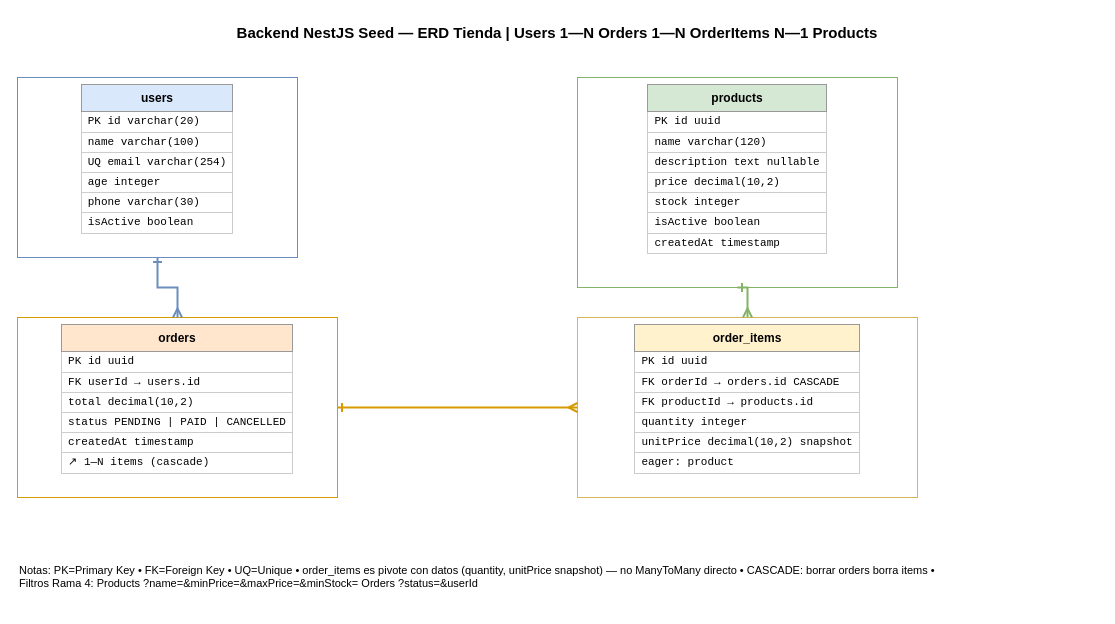
Earlier version of the draw.io diagram docs/diagrama-bd.drawio (cdtello/backend-nestjs-seed). Source tidied: cells renumbered, new cells numbered last; positions are measured from the earlier drawing's top-left corner, leaving out a move shared by most shapes. Both pictures are drawn from the tidied source at 100%, with x=0, y=0 at pixel (17, 17).
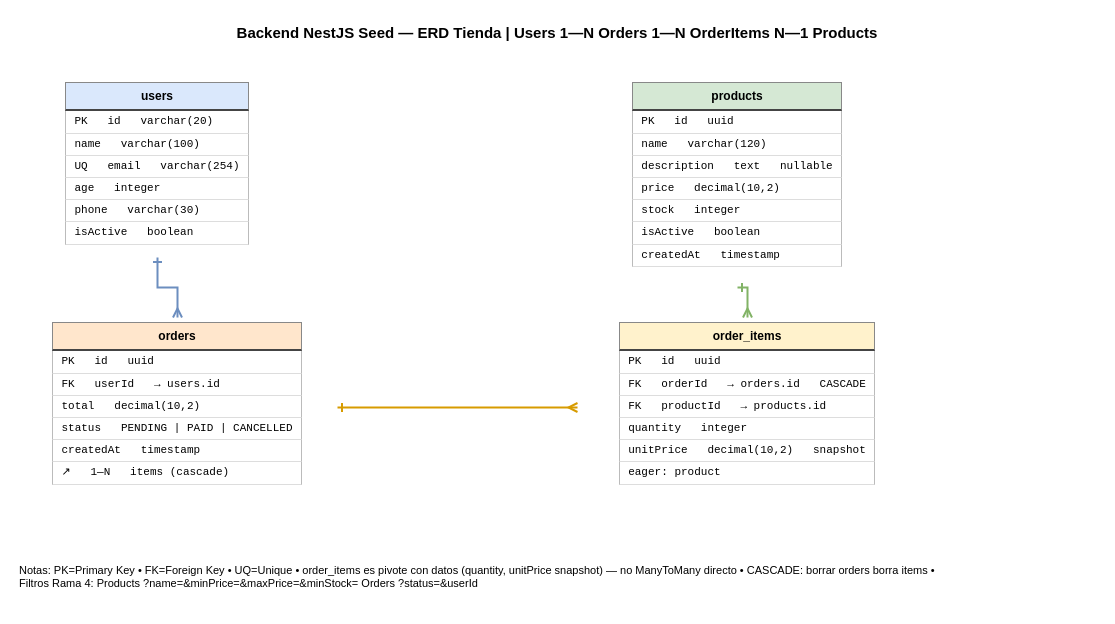
After the change.

Commit message:
fix(diagrama): divs con header coloreado y filas con borde (simula tabla) - sin shape=table, ya no se montan letras

Change to the diagram source:
```diff
@@
 <mxGraphModel>
   <root>
     <mxCell id="0" />
     <mxCell id="1" parent="0" />
     <mxCell id="2" value="Backend NestJS Seed — ERD Tienda  |  Users 1—N Orders 1—N OrderItems N—1 Products" style="text;html=1;strokeColor=none;fillColor=none;align=center;verticalAlign=middle;whiteSpace=wrap;rounded=0;fontSize=15;fontStyle=1;" parent="1" vertex="1">
       <mxGeometry width="1080" height="30" as="geometry" />
     </mxCell>
-    <mxCell id="3" value="&lt;table style=&quot;width:100%;border-collapse:collapse;font-family:Helvetica;&quot;&gt;&lt;tr&gt;&lt;th style=&quot;background:#dae8fc;padding:6px;border:1px solid #999999;font-size:12px;&quot;&gt;users&lt;/th&gt;&lt;/tr&gt;&lt;tr&gt;&lt;td style=&quot;border:1px solid #cccccc;padding:3px 6px;text-align:left;font-family:monospace;font-size:11px;background:#ffffff;&quot;&gt;PK  id  varchar(20)&lt;/td&gt;&lt;/tr&gt;&lt;tr&gt;&lt;td style=&quot;border:1px solid #cccccc;padding:3px 6px;text-align:left;font-family:monospace;font-size:11px;background:#ffffff;&quot;&gt;name  varchar(100)&lt;/td&gt;&lt;/tr&gt;&lt;tr&gt;&lt;td style=&quot;border:1px solid #cccccc;padding:3px 6px;text-align:left;font-family:monospace;font-size:11px;background:#ffffff;&quot;&gt;UQ  email  varchar(254)&lt;/td&gt;&lt;/tr&gt;&lt;tr&gt;&lt;td style=&quot;border:1px solid #cccccc;padding:3px 6px;text-align:left;font-family:monospace;font-size:11px;background:#ffffff;&quot;&gt;age  integer&lt;/td&gt;&lt;/tr&gt;&lt;tr&gt;&lt;td style=&quot;border:1px solid #cccccc;padding:3px 6px;text-align:left;font-family:monospace;font-size:11px;background:#ffffff;&quot;&gt;phone  varchar(30)&lt;/td&gt;&lt;/tr&gt;&lt;tr&gt;&lt;td style=&quot;border:1px solid #cccccc;padding:3px 6px;text-align:left;font-family:monospace;font-size:11px;background:#ffffff;&quot;&gt;isActive  boolean&lt;/td&gt;&lt;/tr&gt;&lt;/table&gt;" style="rounded=0;whiteSpace=wrap;html=1;strokeColor=#6c8ebf;fillColor=#ffffff;verticalAlign=top;" parent="1" vertex="1">
+    <mxCell id="3" value="&lt;div style=&quot;background:#dae8fc;padding:6px 0px;text-align:center;font-weight:bold;font-size:12px;border:1px solid #888888;border-bottom:2px solid #444444;&quot;&gt;users&lt;/div&gt;&lt;div style=&quot;border-left:1px solid #bbbbbb;border-right:1px solid #bbbbbb;border-bottom:1px solid #dddddd;padding:4px 8px;text-align:left;font-family:monospace;font-size:11px;background:#ffffff;&quot;&gt;PK &amp;nbsp; id &amp;nbsp; varchar(20)&lt;/div&gt;&lt;div style=&quot;border-left:1px solid #bbbbbb;border-right:1px solid #bbbbbb;border-bottom:1px solid #dddddd;padding:4px 8px;text-align:left;font-family:monospace;font-size:11px;background:#ffffff;&quot;&gt;name &amp;nbsp; varchar(100)&lt;/div&gt;&lt;div style=&quot;border-left:1px solid #bbbbbb;border-right:1px solid #bbbbbb;border-bottom:1px solid #dddddd;padding:4px 8px;text-align:left;font-family:monospace;font-size:11px;background:#ffffff;&quot;&gt;UQ &amp;nbsp; email &amp;nbsp; varchar(254)&lt;/div&gt;&lt;div style=&quot;border-left:1px solid #bbbbbb;border-right:1px solid #bbbbbb;border-bottom:1px solid #dddddd;padding:4px 8px;text-align:left;font-family:monospace;font-size:11px;background:#ffffff;&quot;&gt;age &amp;nbsp; integer&lt;/div&gt;&lt;div style=&quot;border-left:1px solid #bbbbbb;border-right:1px solid #bbbbbb;border-bottom:1px solid #dddddd;padding:4px 8px;text-align:left;font-family:monospace;font-size:11px;background:#ffffff;&quot;&gt;phone &amp;nbsp; varchar(30)&lt;/div&gt;&lt;div style=&quot;border-left:1px solid #bbbbbb;border-right:1px solid #bbbbbb;border-bottom:1px solid #dddddd;padding:4px 8px;text-align:left;font-family:monospace;font-size:11px;background:#ffffff;&quot;&gt;isActive &amp;nbsp; boolean&lt;/div&gt;" style="rounded=0;whiteSpace=wrap;html=1;strokeColor=none;fillColor=none;verticalAlign=top;spacing=0;" parent="1" vertex="1">
       <mxGeometry y="60" width="280" height="180" as="geometry" />
     </mxCell>
-    <mxCell id="4" value="&lt;table style=&quot;width:100%;border-collapse:collapse;font-family:Helvetica;&quot;&gt;&lt;tr&gt;&lt;th style=&quot;background:#d5e8d4;padding:6px;border:1px solid #999999;font-size:12px;&quot;&gt;products&lt;/th&gt;&lt;/tr&gt;&lt;tr&gt;&lt;td style=&quot;border:1px solid #cccccc;padding:3px 6px;text-align:left;font-family:monospace;font-size:11px;background:#ffffff;&quot;&gt;PK  id  uuid&lt;/td&gt;&lt;/tr&gt;&lt;tr&gt;&lt;td style=&quot;border:1px solid #cccccc;padding:3px 6px;text-align:left;font-family:monospace;font-size:11px;background:#ffffff;&quot;&gt;name  varchar(120)&lt;/td&gt;&lt;/tr&gt;&lt;tr&gt;&lt;td style=&quot;border:1px solid #cccccc;padding:3px 6px;text-align:left;font-family:monospace;font-size:11px;background:#ffffff;&quot;&gt;description  text  nullable&lt;/td&gt;&lt;/tr&gt;&lt;tr&gt;&lt;td style=&quot;border:1px solid #cccccc;padding:3px 6px;text-align:left;font-family:monospace;font-size:11px;background:#ffffff;&quot;&gt;price  decimal(10,2)&lt;/td&gt;&lt;/tr&gt;&lt;tr&gt;&lt;td style=&quot;border:1px solid #cccccc;padding:3px 6px;text-align:left;font-family:monospace;font-size:11px;background:#ffffff;&quot;&gt;stock  integer&lt;/td&gt;&lt;/tr&gt;&lt;tr&gt;&lt;td style=&quot;border:1px solid #cccccc;padding:3px 6px;text-align:left;font-family:monospace;font-size:11px;background:#ffffff;&quot;&gt;isActive  boolean&lt;/td&gt;&lt;/tr&gt;&lt;tr&gt;&lt;td style=&quot;border:1px solid #cccccc;padding:3px 6px;text-align:left;font-family:monospace;font-size:11px;background:#ffffff;&quot;&gt;createdAt  timestamp&lt;/td&gt;&lt;/tr&gt;&lt;/table&gt;" style="rounded=0;whiteSpace=wrap;html=1;strokeColor=#82b366;fillColor=#ffffff;verticalAlign=top;" parent="1" vertex="1">
+    <mxCell id="4" value="&lt;div style=&quot;background:#d5e8d4;padding:6px 0px;text-align:center;font-weight:bold;font-size:12px;border:1px solid #888888;border-bottom:2px solid #444444;&quot;&gt;products&lt;/div&gt;&lt;div style=&quot;border-left:1px solid #bbbbbb;border-right:1px solid #bbbbbb;border-bottom:1px solid #dddddd;padding:4px 8px;text-align:left;font-family:monospace;font-size:11px;background:#ffffff;&quot;&gt;PK &amp;nbsp; id &amp;nbsp; uuid&lt;/div&gt;&lt;div style=&quot;border-left:1px solid #bbbbbb;border-right:1px solid #bbbbbb;border-bottom:1px solid #dddddd;padding:4px 8px;text-align:left;font-family:monospace;font-size:11px;background:#ffffff;&quot;&gt;name &amp;nbsp; varchar(120)&lt;/div&gt;&lt;div style=&quot;border-left:1px solid #bbbbbb;border-right:1px solid #bbbbbb;border-bottom:1px solid #dddddd;padding:4px 8px;text-align:left;font-family:monospace;font-size:11px;background:#ffffff;&quot;&gt;description &amp;nbsp; text &amp;nbsp; nullable&lt;/div&gt;&lt;div style=&quot;border-left:1px solid #bbbbbb;border-right:1px solid #bbbbbb;border-bottom:1px solid #dddddd;padding:4px 8px;text-align:left;font-family:monospace;font-size:11px;background:#ffffff;&quot;&gt;price &amp;nbsp; decimal(10,2)&lt;/div&gt;&lt;div style=&quot;border-left:1px solid #bbbbbb;border-right:1px solid #bbbbbb;border-bottom:1px solid #dddddd;padding:4px 8px;text-align:left;font-family:monospace;font-size:11px;background:#ffffff;&quot;&gt;stock &amp;nbsp; integer&lt;/div&gt;&lt;div style=&quot;border-left:1px solid #bbbbbb;border-right:1px solid #bbbbbb;border-bottom:1px solid #dddddd;padding:4px 8px;text-align:left;font-family:monospace;font-size:11px;background:#ffffff;&quot;&gt;isActive &amp;nbsp; boolean&lt;/div&gt;&lt;div style=&quot;border-left:1px solid #bbbbbb;border-right:1px solid #bbbbbb;border-bottom:1px solid #dddddd;padding:4px 8px;text-align:left;font-family:monospace;font-size:11px;background:#ffffff;&quot;&gt;createdAt &amp;nbsp; timestamp&lt;/div&gt;" style="rounded=0;whiteSpace=wrap;html=1;strokeColor=none;fillColor=none;verticalAlign=top;spacing=0;" parent="1" vertex="1">
       <mxGeometry x="560" y="60" width="320" height="210" as="geometry" />
     </mxCell>
-    <mxCell id="5" value="&lt;table style=&quot;width:100%;border-collapse:collapse;font-family:Helvetica;&quot;&gt;&lt;tr&gt;&lt;th style=&quot;background:#ffe6cc;padding:6px;border:1px solid #999999;font-size:12px;&quot;&gt;orders&lt;/th&gt;&lt;/tr&gt;&lt;tr&gt;&lt;td style=&quot;border:1px solid #cccccc;padding:3px 6px;text-align:left;font-family:monospace;font-size:11px;background:#ffffff;&quot;&gt;PK  id  uuid&lt;/td&gt;&lt;/tr&gt;&lt;tr&gt;&lt;td style=&quot;border:1px solid #cccccc;padding:3px 6px;text-align:left;font-family:monospace;font-size:11px;background:#ffffff;&quot;&gt;FK  userId  → users.id&lt;/td&gt;&lt;/tr&gt;&lt;tr&gt;&lt;td style=&quot;border:1px solid #cccccc;padding:3px 6px;text-align:left;font-family:monospace;font-size:11px;background:#ffffff;&quot;&gt;total  decimal(10,2)&lt;/td&gt;&lt;/tr&gt;&lt;tr&gt;&lt;td style=&quot;border:1px solid #cccccc;padding:3px 6px;text-align:left;font-family:monospace;font-size:11px;background:#ffffff;&quot;&gt;status  PENDING | PAID | CANCELLED&lt;/td&gt;&lt;/tr&gt;&lt;tr&gt;&lt;td style=&quot;border:1px solid #cccccc;padding:3px 6px;text-align:left;font-family:monospace;font-size:11px;background:#ffffff;&quot;&gt;createdAt  timestamp&lt;/td&gt;&lt;/tr&gt;&lt;tr&gt;&lt;td style=&quot;border:1px solid #cccccc;padding:3px 6px;text-align:left;font-family:monospace;font-size:11px;background:#ffffff;&quot;&gt;↗  1—N  items (cascade)&lt;/td&gt;&lt;/tr&gt;&lt;/table&gt;" style="rounded=0;whiteSpace=wrap;html=1;strokeColor=#d79b00;fillColor=#ffffff;verticalAlign=top;" parent="1" vertex="1">
+    <mxCell id="5" value="&lt;div style=&quot;background:#ffe6cc;padding:6px 0px;text-align:center;font-weight:bold;font-size:12px;border:1px solid #888888;border-bottom:2px solid #444444;&quot;&gt;orders&lt;/div&gt;&lt;div style=&quot;border-left:1px solid #bbbbbb;border-right:1px solid #bbbbbb;border-bottom:1px solid #dddddd;padding:4px 8px;text-align:left;font-family:monospace;font-size:11px;background:#ffffff;&quot;&gt;PK &amp;nbsp; id &amp;nbsp; uuid&lt;/div&gt;&lt;div style=&quot;border-left:1px solid #bbbbbb;border-right:1px solid #bbbbbb;border-bottom:1px solid #dddddd;padding:4px 8px;text-align:left;font-family:monospace;font-size:11px;background:#ffffff;&quot;&gt;FK &amp;nbsp; userId &amp;nbsp; → users.id&lt;/div&gt;&lt;div style=&quot;border-left:1px solid #bbbbbb;border-right:1px solid #bbbbbb;border-bottom:1px solid #dddddd;padding:4px 8px;text-align:left;font-family:monospace;font-size:11px;background:#ffffff;&quot;&gt;total &amp;nbsp; decimal(10,2)&lt;/div&gt;&lt;div style=&quot;border-left:1px solid #bbbbbb;border-right:1px solid #bbbbbb;border-bottom:1px solid #dddddd;padding:4px 8px;text-align:left;font-family:monospace;font-size:11px;background:#ffffff;&quot;&gt;status &amp;nbsp; PENDING | PAID | CANCELLED&lt;/div&gt;&lt;div style=&quot;border-left:1px solid #bbbbbb;border-right:1px solid #bbbbbb;border-bottom:1px solid #dddddd;padding:4px 8px;text-align:left;font-family:monospace;font-size:11px;background:#ffffff;&quot;&gt;createdAt &amp;nbsp; timestamp&lt;/div&gt;&lt;div style=&quot;border-left:1px solid #bbbbbb;border-right:1px solid #bbbbbb;border-bottom:1px solid #dddddd;padding:4px 8px;text-align:left;font-family:monospace;font-size:11px;background:#ffffff;&quot;&gt;↗ &amp;nbsp; 1—N &amp;nbsp; items (cascade)&lt;/div&gt;" style="rounded=0;whiteSpace=wrap;html=1;strokeColor=none;fillColor=none;verticalAlign=top;spacing=0;" parent="1" vertex="1">
       <mxGeometry y="300" width="320" height="180" as="geometry" />
     </mxCell>
-    <mxCell id="6" value="&lt;table style=&quot;width:100%;border-collapse:collapse;font-family:Helvetica;&quot;&gt;&lt;tr&gt;&lt;th style=&quot;background:#fff2cc;padding:6px;border:1px solid #999999;font-size:12px;&quot;&gt;order_items&lt;/th&gt;&lt;/tr&gt;&lt;tr&gt;&lt;td style=&quot;border:1px solid #cccccc;padding:3px 6px;text-align:left;font-family:monospace;font-size:11px;background:#ffffff;&quot;&gt;PK  id  uuid&lt;/td&gt;&lt;/tr&gt;&lt;tr&gt;&lt;td style=&quot;border:1px solid #cccccc;padding:3px 6px;text-align:left;font-family:monospace;font-size:11px;background:#ffffff;&quot;&gt;FK  orderId  → orders.id  CASCADE&lt;/td&gt;&lt;/tr&gt;&lt;tr&gt;&lt;td style=&quot;border:1px solid #cccccc;padding:3px 6px;text-align:left;font-family:monospace;font-size:11px;background:#ffffff;&quot;&gt;FK  productId  → products.id&lt;/td&gt;&lt;/tr&gt;&lt;tr&gt;&lt;td style=&quot;border:1px solid #cccccc;padding:3px 6px;text-align:left;font-family:monospace;font-size:11px;background:#ffffff;&quot;&gt;quantity  integer&lt;/td&gt;&lt;/tr&gt;&lt;tr&gt;&lt;td style=&quot;border:1px solid #cccccc;padding:3px 6px;text-align:left;font-family:monospace;font-size:11px;background:#ffffff;&quot;&gt;unitPrice  decimal(10,2)  snapshot&lt;/td&gt;&lt;/tr&gt;&lt;tr&gt;&lt;td style=&quot;border:1px solid #cccccc;padding:3px 6px;text-align:left;font-family:monospace;font-size:11px;background:#ffffff;&quot;&gt;eager: product&lt;/td&gt;&lt;/tr&gt;&lt;/table&gt;" style="rounded=0;whiteSpace=wrap;html=1;strokeColor=#d6b656;fillColor=#ffffff;verticalAlign=top;" parent="1" vertex="1">
+    <mxCell id="6" value="&lt;div style=&quot;background:#fff2cc;padding:6px 0px;text-align:center;font-weight:bold;font-size:12px;border:1px solid #888888;border-bottom:2px solid #444444;&quot;&gt;order_items&lt;/div&gt;&lt;div style=&quot;border-left:1px solid #bbbbbb;border-right:1px solid #bbbbbb;border-bottom:1px solid #dddddd;padding:4px 8px;text-align:left;font-family:monospace;font-size:11px;background:#ffffff;&quot;&gt;PK &amp;nbsp; id &amp;nbsp; uuid&lt;/div&gt;&lt;div style=&quot;border-left:1px solid #bbbbbb;border-right:1px solid #bbbbbb;border-bottom:1px solid #dddddd;padding:4px 8px;text-align:left;font-family:monospace;font-size:11px;background:#ffffff;&quot;&gt;FK &amp;nbsp; orderId &amp;nbsp; → orders.id &amp;nbsp; CASCADE&lt;/div&gt;&lt;div style=&quot;border-left:1px solid #bbbbbb;border-right:1px solid #bbbbbb;border-bottom:1px solid #dddddd;padding:4px 8px;text-align:left;font-family:monospace;font-size:11px;background:#ffffff;&quot;&gt;FK &amp;nbsp; productId &amp;nbsp; → products.id&lt;/div&gt;&lt;div style=&quot;border-left:1px solid #bbbbbb;border-right:1px solid #bbbbbb;border-bottom:1px solid #dddddd;padding:4px 8px;text-align:left;font-family:monospace;font-size:11px;background:#ffffff;&quot;&gt;quantity &amp;nbsp; integer&lt;/div&gt;&lt;div style=&quot;border-left:1px solid #bbbbbb;border-right:1px solid #bbbbbb;border-bottom:1px solid #dddddd;padding:4px 8px;text-align:left;font-family:monospace;font-size:11px;background:#ffffff;&quot;&gt;unitPrice &amp;nbsp; decimal(10,2) &amp;nbsp; snapshot&lt;/div&gt;&lt;div style=&quot;border-left:1px solid #bbbbbb;border-right:1px solid #bbbbbb;border-bottom:1px solid #dddddd;padding:4px 8px;text-align:left;font-family:monospace;font-size:11px;background:#ffffff;&quot;&gt;eager: product&lt;/div&gt;" style="rounded=0;whiteSpace=wrap;html=1;strokeColor=none;fillColor=none;verticalAlign=top;spacing=0;" parent="1" vertex="1">
       <mxGeometry x="560" y="300" width="340" height="180" as="geometry" />
     </mxCell>
     <mxCell id="7" style="edgeStyle=orthogonalEdgeStyle;rounded=0;jettySize=auto;html=1;endArrow=ERmany;startArrow=ERone;strokeColor=#6c8ebf;strokeWidth=2;exitX=0.5;exitY=1;entryX=0.5;entryY=0;" parent="1" edge="1" source="3" target="5">
       <mxGeometry relative="1" as="geometry" />
     </mxCell>
     <mxCell id="8" style="edgeStyle=orthogonalEdgeStyle;rounded=0;jettySize=auto;html=1;endArrow=ERmany;startArrow=ERone;strokeColor=#d79b00;strokeWidth=2;exitX=1;exitY=0.5;entryX=0;entryY=0.5;" parent="1" edge="1" source="5" target="6">
       <mxGeometry relative="1" as="geometry" />
     </mxCell>
     <mxCell id="9" style="edgeStyle=orthogonalEdgeStyle;rounded=0;jettySize=auto;html=1;endArrow=ERmany;startArrow=ERone;strokeColor=#82b366;strokeWidth=2;exitX=0.5;exitY=1;entryX=0.5;entryY=0;" parent="1" edge="1" source="4" target="6">
       <mxGeometry relative="1" as="geometry" />
     </mxCell>
     <mxCell id="10" value="Notas: PK=Primary Key • FK=Foreign Key • UQ=Unique • order_items es pivote con datos (quantity, unitPrice snapshot) — no ManyToMany directo • CASCADE: borrar orders borra items • Filtros Rama 4: Products ?name=&amp;minPrice=&amp;maxPrice=&amp;minStock=  Orders ?status=&amp;userId" style="text;html=1;strokeColor=none;fillColor=none;align=left;verticalAlign=top;whiteSpace=wrap;rounded=0;fontSize=11;" parent="1" vertex="1">
       <mxGeometry y="540" width="920" height="50" as="geometry" />
     </mxCell>
   </root>
 </mxGraphModel>
```
